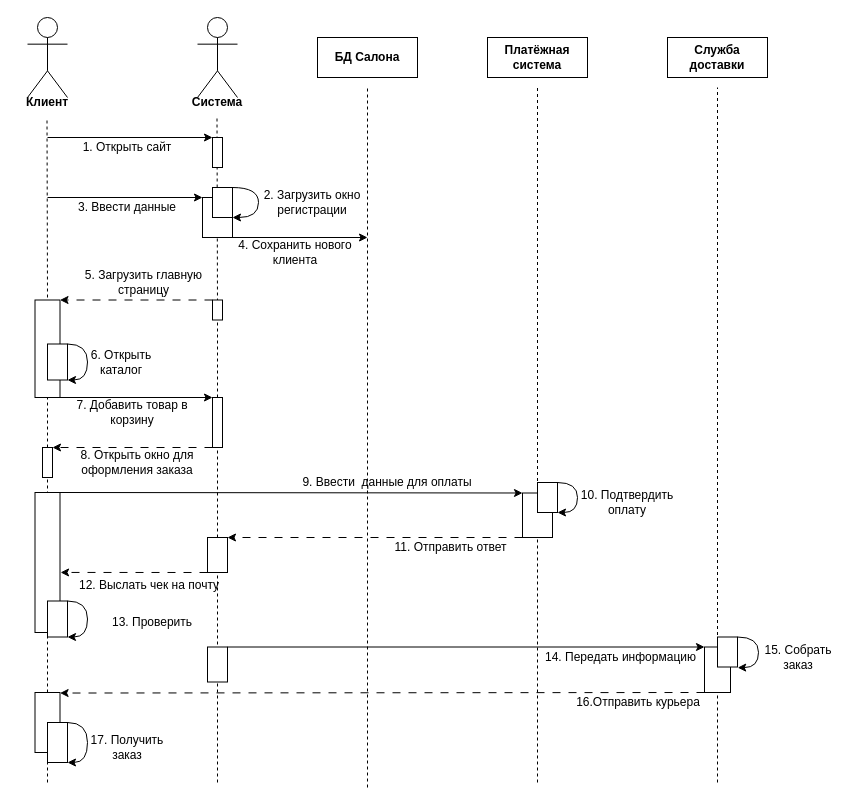
AnnaOtchina/AnnaKyrsach keeps this draw.io diagram as page "Последовательности" (8 of 8) of Все диаграммы.drawio. Above is the earlier version. Source tidied: cells renumbered, new cells numbered last; positions are measured from the earlier drawing's top-left corner, leaving out a move shared by most shapes. Both pictures are drawn from the tidied source at 100%, with x=0, y=0 at pixel (17, 17).
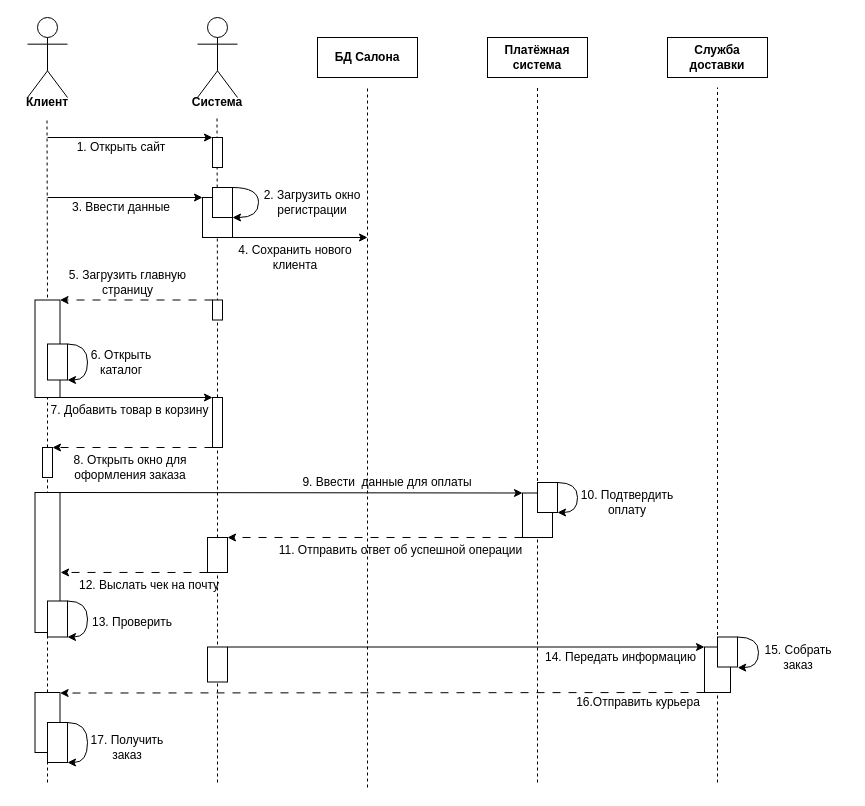
Above is the later version.

What changed in the source:
```diff
@@
     <mxCell id="18" value="1. Открыть сайт" style="text;html=1;whiteSpace=wrap;strokeColor=none;fillColor=none;align=center;verticalAlign=middle;rounded=0;" parent="1" vertex="1">
-      <mxGeometry x="60" y="110" width="100" height="40" as="geometry" />
+      <mxGeometry x="53.8" y="110" width="100" height="40" as="geometry" />
     </mxCell>
@@
     <mxCell id="23" value="3. Ввести данные" style="text;html=1;whiteSpace=wrap;strokeColor=none;fillColor=none;align=center;verticalAlign=middle;rounded=0;" parent="1" vertex="1">
-      <mxGeometry x="55" y="170" width="110" height="40" as="geometry" />
+      <mxGeometry x="48.8" y="170" width="110" height="40" as="geometry" />
     </mxCell>
@@
     <mxCell id="27" value="4. Сохранить нового клиента" style="text;html=1;whiteSpace=wrap;strokeColor=none;fillColor=none;align=center;verticalAlign=middle;rounded=0;" parent="1" vertex="1">
-      <mxGeometry x="220" y="220" width="116" height="30" as="geometry" />
+      <mxGeometry x="220" y="220" width="116" height="40" as="geometry" />
     </mxCell>
     <mxCell id="28" value="5. Загрузить главную страницу" style="text;html=1;whiteSpace=wrap;strokeColor=none;fillColor=none;align=center;verticalAlign=middle;rounded=0;" parent="1" vertex="1">
-      <mxGeometry x="48.8" y="250" width="155" height="30" as="geometry" />
+      <mxGeometry x="32.5" y="250" width="155" height="30" as="geometry" />
     </mxCell>
@@
     <mxCell id="35" value="7. Добавить товар в корзину" style="text;html=1;whiteSpace=wrap;strokeColor=none;fillColor=none;align=center;verticalAlign=middle;rounded=0;" parent="1" vertex="1">
-      <mxGeometry x="45" y="370" width="140" height="50" as="geometry" />
+      <mxGeometry x="30" y="362.5" width="165" height="60" as="geometry" />
     </mxCell>
@@
     <mxCell id="38" value="8. Открыть окно для оформления заказа" style="text;html=1;whiteSpace=wrap;strokeColor=none;fillColor=none;align=center;verticalAlign=middle;rounded=0;" parent="1" vertex="1">
-      <mxGeometry x="50" y="430" width="140" height="30" as="geometry" />
+      <mxGeometry x="42.5" y="430" width="140" height="40" as="geometry" />
     </mxCell>
@@
     <mxCell id="59" value="13. Проверить" style="text;html=1;whiteSpace=wrap;strokeColor=none;fillColor=none;align=center;verticalAlign=middle;rounded=0;" parent="1" vertex="1">
-      <mxGeometry x="90" y="589.5" width="90" height="30" as="geometry" />
+      <mxGeometry x="70" y="589.5" width="90" height="30" as="geometry" />
     </mxCell>
@@
-    <mxCell id="62" value="11. Отправить ответ" style="text;html=1;whiteSpace=wrap;strokeColor=none;fillColor=none;align=center;verticalAlign=middle;rounded=0;" parent="1" vertex="1">
-      <mxGeometry x="362" y="510" width="143" height="40" as="geometry" />
+    <mxCell id="62" value="11. Отправить ответ об успешной операции" style="text;html=1;whiteSpace=wrap;strokeColor=none;fillColor=none;align=center;verticalAlign=middle;rounded=0;" parent="1" vertex="1">
+      <mxGeometry x="256" y="512.5" width="255" height="40" as="geometry" />
     </mxCell>
```
